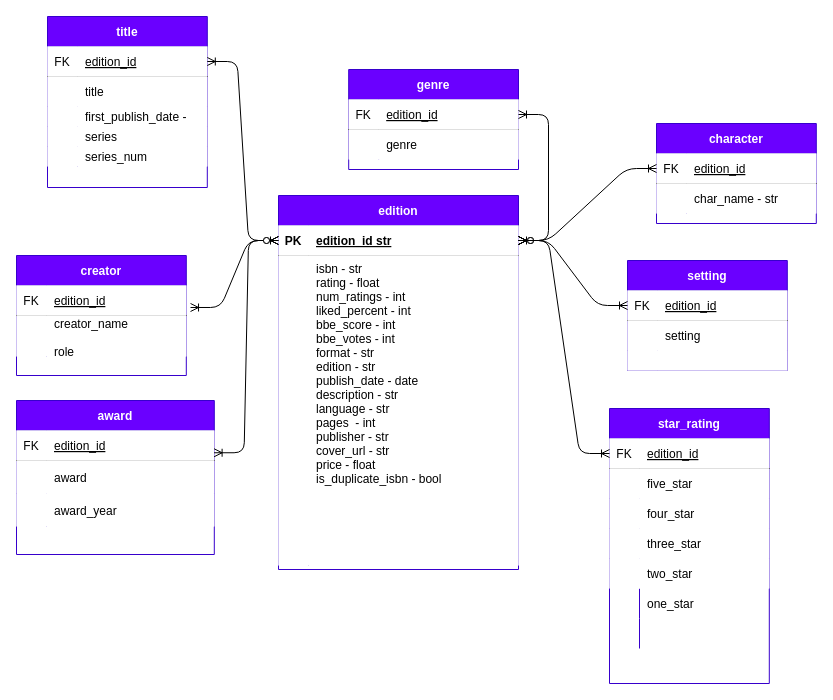
This is artifacts/books_db.drawio from codeslp/books_db, a draw.io file, before an edit. Source tidied: cells renumbered, new cells numbered last; positions are measured from the earlier drawing's top-left corner, leaving out a move shared by most shapes. Both pictures are drawn from the tidied source at 100%, with x=0, y=0 at pixel (16, 16).
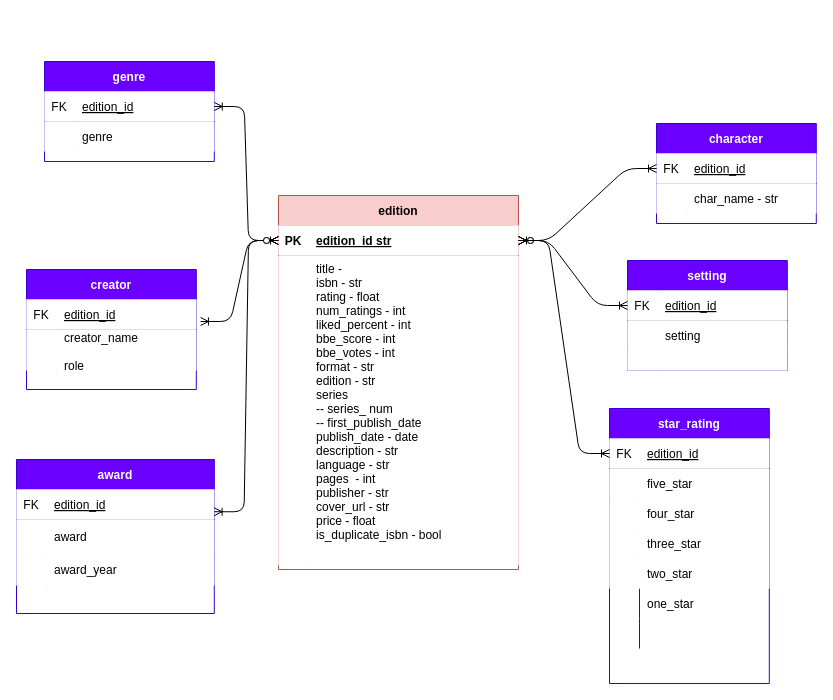
The same diagram, later.

The change refers to these unchanged cells:
```xml
<mxCell id="4" style="shape=partialRectangle;points=[[0,0.5],[1,0.5]];portConstraint=eastwest;top=0;left=0;right=0;bottom=1;" parent="3" vertex="1">
  <mxGeometry y="30" width="240" height="30" as="geometry" />
</mxCell>
<mxCell id="7" style="shape=partialRectangle;top=0;left=0;right=0;bottom=0;" parent="3" vertex="1">
  <mxGeometry y="60" width="240" height="310" as="geometry" />
</mxCell>
<mxCell id="18" style="shape=partialRectangle;points=[[0,0.5],[1,0.5]];portConstraint=eastwest;top=0;left=0;right=0;bottom=1;" parent="17" vertex="1">
  <mxGeometry y="30" width="169.8" height="30" as="geometry" />
</mxCell>
```

Diff of the diagram source:
```diff
@@
-    <mxCell id="3" value="edition" style="shape=table;startSize=30;childLayout=tableLayout;rowLines=0;fontStyle=1;align=center;fillColor=#6a00ff;strokeColor=#3700CC;fontColor=#ffffff;" parent="1" vertex="1">
+    <mxCell id="3" value="edition" style="shape=table;startSize=30;childLayout=tableLayout;rowLines=0;fontStyle=1;align=center;fillColor=#f8cecc;strokeColor=#b85450;" parent="1" vertex="1">
       <mxGeometry x="262" y="179" width="240" height="374" as="geometry" />
     </mxCell>
@@
-    <mxCell id="9" value="isbn - str&#10;rating - float&#10;num_ratings - int&#10;liked_percent - int&#10;bbe_score - int&#10;bbe_votes - int&#10;format - str&#10;edition - str&#10;publish_date - date&#10;description - str&#10;language - str&#10;pages  - int&#10;publisher - str&#10;cover_url - str&#10;price - float&#10;is_duplicate_isbn - bool" style="shape=partialRectangle;overflow=hidden;top=0;left=0;bottom=0;right=0;align=left;spacingLeft=6;verticalAlign=top;" parent="7" vertex="1">
+    <mxCell id="9" value="title - &#10;isbn - str&#10;rating - float&#10;num_ratings - int&#10;liked_percent - int&#10;bbe_score - int&#10;bbe_votes - int&#10;format - str&#10;edition - str&#10;series&#10;-- series_ num&#10;-- first_publish_date&#10;publish_date - date&#10;description - str&#10;language - str&#10;pages  - int&#10;publisher - str&#10;cover_url - str&#10;price - float&#10;is_duplicate_isbn - bool" style="shape=partialRectangle;overflow=hidden;top=0;left=0;bottom=0;right=0;align=left;spacingLeft=6;verticalAlign=top;labelBackgroundColor=none;" parent="7" vertex="1">
       <mxGeometry x="30" width="210" height="310" as="geometry" />
     </mxCell>
     <mxCell id="10" value="creator" style="shape=table;startSize=30;childLayout=tableLayout;rowLines=0;fontStyle=1;align=center;fillColor=#6a00ff;strokeColor=#3700CC;fontColor=#ffffff;" parent="1" vertex="1">
-      <mxGeometry y="239" width="169.8" height="120" as="geometry" />
+      <mxGeometry x="10" y="253" width="169.8" height="120" as="geometry" />
     </mxCell>
@@
     <mxCell id="17" value="genre" style="shape=table;startSize=30;childLayout=tableLayout;rowLines=0;fontStyle=1;align=center;fillColor=#6a00ff;strokeColor=#3700CC;fontColor=#ffffff;" parent="1" vertex="1">
-      <mxGeometry x="332.2" y="53" width="169.8" height="100" as="geometry" />
+      <mxGeometry x="28" y="45" width="169.8" height="100" as="geometry" />
     </mxCell>
@@
     <mxCell id="31" style="group;" parent="1" vertex="1">
-      <mxGeometry y="384" width="197.8" height="184" as="geometry" />
+      <mxGeometry y="443" width="197.8" height="184" as="geometry" />
     </mxCell>
@@
-    <mxCell id="54" style="edgeStyle=entityRelationEdgeStyle;endArrow=ERzeroToMany;startArrow=ERoneToMany;endFill=1;startFill=0;exitX=1;exitY=0.5;exitDx=0;exitDy=0;entryX=1;entryY=0.5;entryDx=0;entryDy=0;" parent="1" edge="1" source="18" target="4">
+    <mxCell id="54" style="edgeStyle=entityRelationEdgeStyle;endArrow=ERzeroToMany;startArrow=ERoneToMany;endFill=1;startFill=0;exitX=1;exitY=0.5;exitDx=0;exitDy=0;" parent="1" edge="1" source="18" target="4">
       <mxGeometry relative="1" as="geometry" />
     </mxCell>
@@
-    <mxCell id="79" value="title" style="shape=table;startSize=30;childLayout=tableLayout;rowLines=0;fontStyle=1;align=center;fillColor=#6a00ff;strokeColor=#3700CC;fontColor=#ffffff;" parent="1" vertex="1">
-      <mxGeometry x="31" width="159.8" height="171" as="geometry" />
-    </mxCell>
-    <mxCell id="80" style="shape=partialRectangle;points=[[0,0.5],[1,0.5]];portConstraint=eastwest;top=0;left=0;right=0;bottom=1;" parent="79" vertex="1">
-      <mxGeometry y="30" width="159.8" height="30" as="geometry" />
-    </mxCell>
-    <mxCell id="81" value="FK" style="shape=partialRectangle;overflow=hidden;top=0;left=0;bottom=0;right=0;fontStyle=0;" parent="80" vertex="1">
-      <mxGeometry width="30" height="30" as="geometry" />
-    </mxCell>
-    <mxCell id="82" value="edition_id" style="shape=partialRectangle;overflow=hidden;top=0;left=0;bottom=0;right=0;align=left;spacingLeft=6;fontStyle=4;" parent="80" vertex="1">
-      <mxGeometry x="30" width="129.8" height="30" as="geometry" />
-    </mxCell>
-    <mxCell id="83" style="shape=partialRectangle;top=0;left=0;right=0;bottom=0;" parent="79" vertex="1">
-      <mxGeometry y="60" width="159.8" height="30" as="geometry" />
-    </mxCell>
-    <mxCell id="84" style="shape=partialRectangle;overflow=hidden;top=0;left=0;bottom=0;right=0;" parent="83" vertex="1">
-      <mxGeometry width="30" height="30" as="geometry" />
-    </mxCell>
-    <mxCell id="85" value="title" style="shape=partialRectangle;overflow=hidden;top=0;left=0;bottom=0;right=0;align=left;spacingLeft=6;" parent="83" vertex="1">
-      <mxGeometry x="30" width="129.8" height="30" as="geometry" />
-    </mxCell>
-    <mxCell id="86" style="shape=partialRectangle;top=0;left=0;right=0;bottom=0;" parent="79" vertex="1">
-      <mxGeometry y="90" width="159.8" height="20" as="geometry" />
-    </mxCell>
-    <mxCell id="87" style="shape=partialRectangle;overflow=hidden;top=0;left=0;bottom=0;right=0;" parent="86" vertex="1">
-      <mxGeometry width="30" height="20" as="geometry" />
-    </mxCell>
-    <mxCell id="88" value="first_publish_date - " style="shape=partialRectangle;overflow=hidden;top=0;left=0;bottom=0;right=0;align=left;spacingLeft=6;" parent="86" vertex="1">
-      <mxGeometry x="30" width="129.8" height="20" as="geometry" />
-    </mxCell>
-    <mxCell id="89" style="shape=partialRectangle;top=0;left=0;right=0;bottom=0;" parent="79" vertex="1">
-      <mxGeometry y="110" width="159.8" height="20" as="geometry" />
-    </mxCell>
-    <mxCell id="90" style="shape=partialRectangle;overflow=hidden;top=0;left=0;bottom=0;right=0;" parent="89" vertex="1">
-      <mxGeometry width="30" height="20" as="geometry" />
-    </mxCell>
-    <mxCell id="91" value="series" style="shape=partialRectangle;overflow=hidden;top=0;left=0;bottom=0;right=0;align=left;spacingLeft=6;" parent="89" vertex="1">
-      <mxGeometry x="30" width="129.8" height="20" as="geometry" />
-    </mxCell>
-    <mxCell id="92" style="shape=partialRectangle;top=0;left=0;right=0;bottom=0;" parent="79" vertex="1">
-      <mxGeometry y="130" width="159.8" height="20" as="geometry" />
-    </mxCell>
-    <mxCell id="93" style="shape=partialRectangle;overflow=hidden;top=0;left=0;bottom=0;right=0;" parent="92" vertex="1">
-      <mxGeometry width="30" height="20" as="geometry" />
-    </mxCell>
-    <mxCell id="94" value="series_num" style="shape=partialRectangle;overflow=hidden;top=0;left=0;bottom=0;right=0;align=left;spacingLeft=6;" parent="92" vertex="1">
-      <mxGeometry x="30" width="129.8" height="20" as="geometry" />
-    </mxCell>
-    <mxCell id="95" style="edgeStyle=entityRelationEdgeStyle;endArrow=ERzeroToMany;startArrow=ERoneToMany;endFill=1;startFill=0;entryX=0;entryY=0.5;entryDx=0;entryDy=0;" parent="1" edge="1" source="80" target="4">
-      <mxGeometry relative="1" as="geometry" />
-    </mxCell>
```
